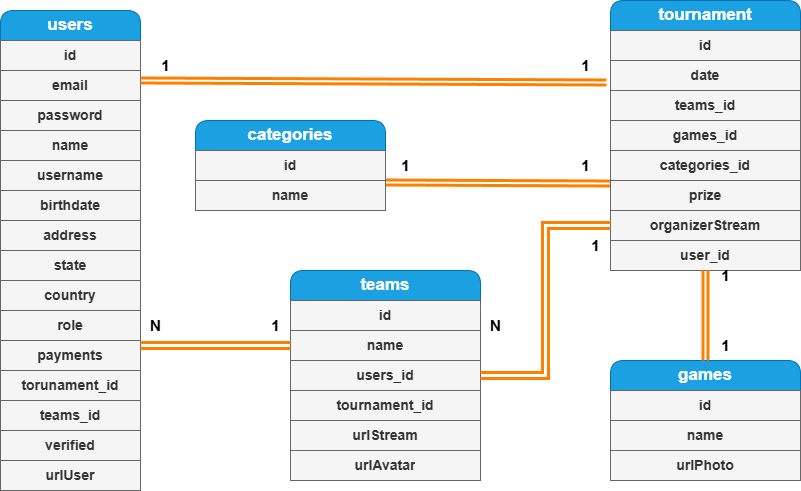
Above: Diagrama Entidad Relaciones Game Stream Tournament.drawio.png in FabricioIrazoqui/DiagramaEntidad-GameStreamTorunament (draw.io), before the change. Source tidied: cells renumbered, new cells last; positions are measured from the earlier drawing's top-left corner, leaving out a move shared by most shapes.
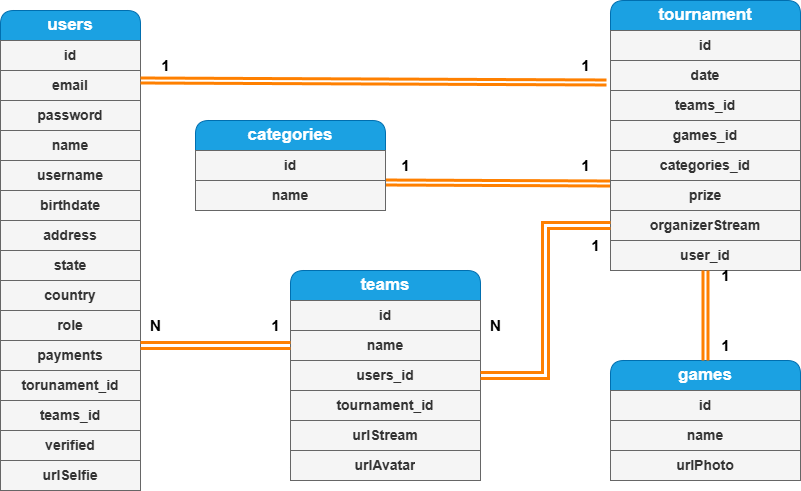
Later version of the same file.

Change to the diagram source:
```diff
@@ -47,7 +47,7 @@
     <mxCell id="16" value="verified" style="text;strokeColor=#666666;fillColor=#f5f5f5;align=center;verticalAlign=middle;spacingLeft=4;spacingRight=4;overflow=hidden;whiteSpace=wrap;html=1;fontColor=#333333;fontStyle=1;fontSize=14;" parent="2" vertex="1">
       <mxGeometry y="420" width="140" height="30" as="geometry" />
     </mxCell>
-    <mxCell id="17" value="urlUser" style="text;strokeColor=#666666;fillColor=#f5f5f5;align=center;verticalAlign=middle;spacingLeft=4;spacingRight=4;overflow=hidden;whiteSpace=wrap;html=1;fontColor=#333333;fontStyle=1;fontSize=14;" parent="2" vertex="1">
+    <mxCell id="17" value="urlSelfie" style="text;strokeColor=#666666;fillColor=#f5f5f5;align=center;verticalAlign=middle;spacingLeft=4;spacingRight=4;overflow=hidden;whiteSpace=wrap;html=1;fontColor=#333333;fontStyle=1;fontSize=14;" parent="2" vertex="1">
       <mxGeometry y="450" width="140" height="30" as="geometry" />
     </mxCell>
     <mxCell id="18" style="edgeStyle=none;shape=link;rounded=0;jettySize=auto;html=1;exitX=0;exitY=0.1;exitDx=0;exitDy=0;entryX=1;entryY=0.067;entryDx=0;entryDy=0;width=3;strokeColor=#FF8000;strokeWidth=3;entryPerimeter=0;exitPerimeter=0;" parent="1" edge="1" source="25" target="41">
```
